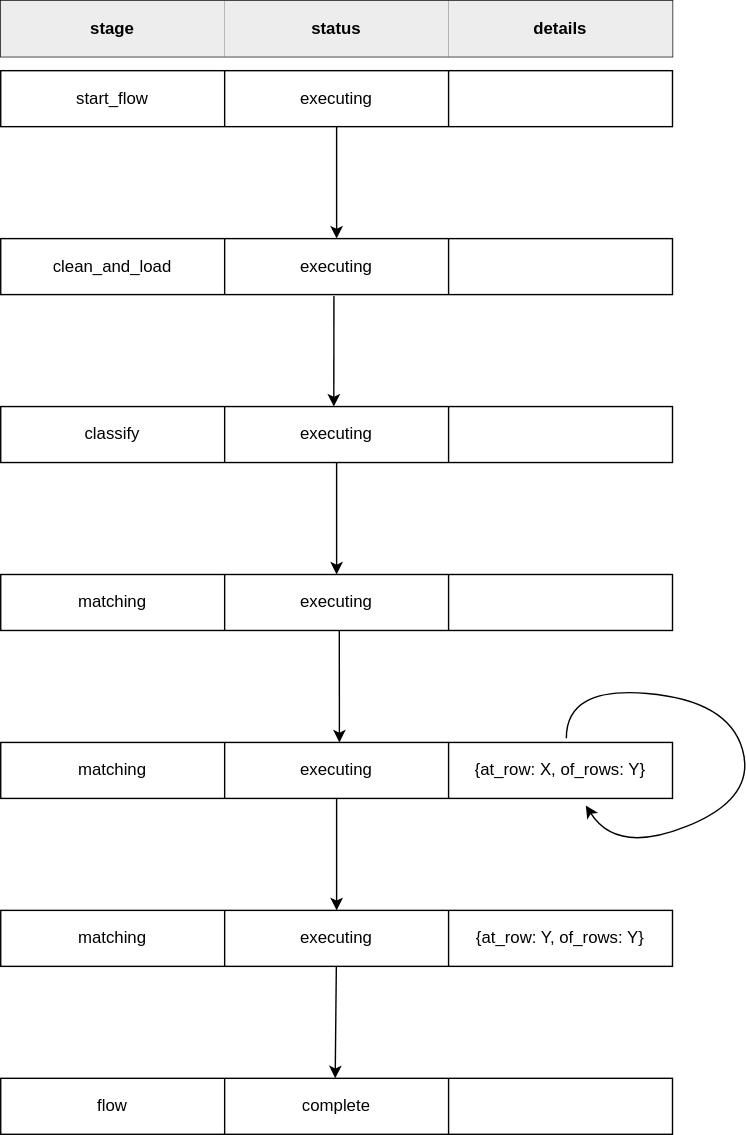
Earlier version of the draw.io export documentation/documentation-images/exec_status.svg (CodeForPhilly/paws-data-pipeline). Source tidied: cells renumbered, new cells last; positions are measured from the earlier drawing's top-left corner, leaving out a move shared by most shapes.
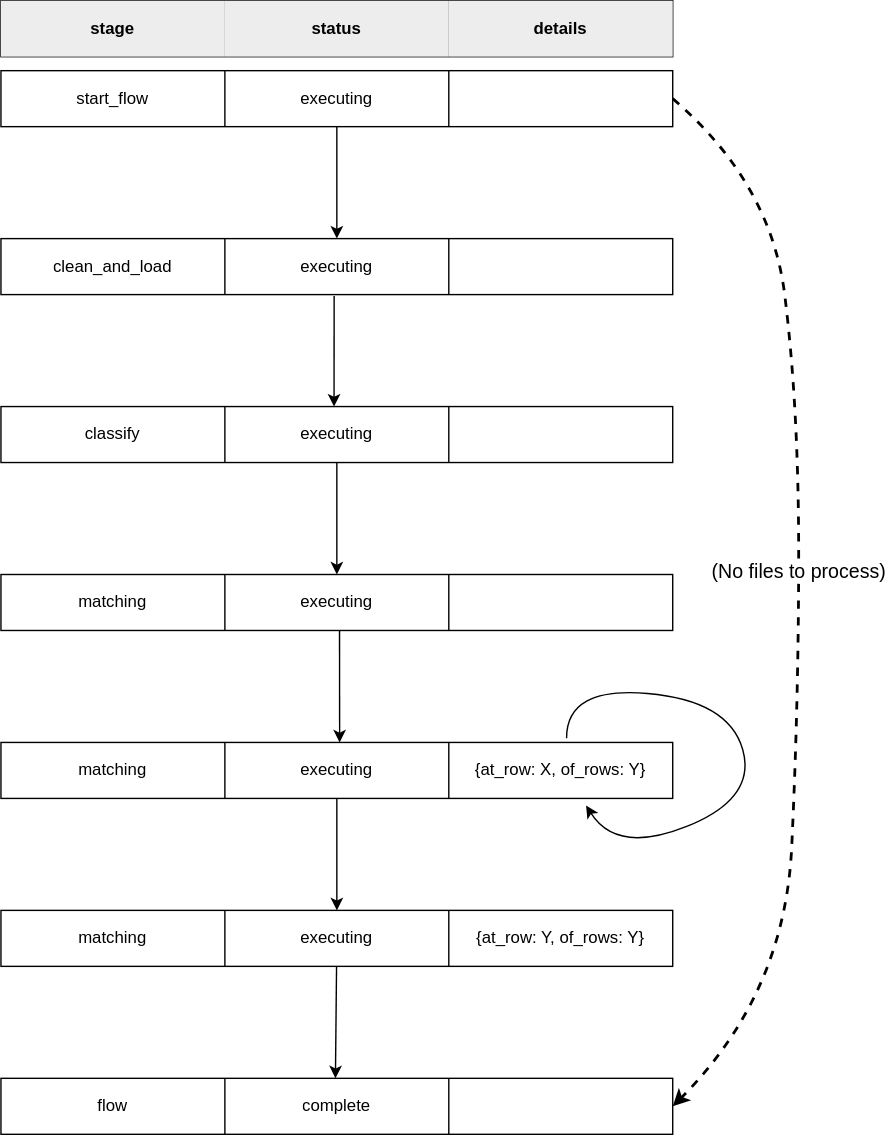
After the change.

What changed in the source:
```diff
@@ -158,5 +158,18 @@
     <mxCell id="48" value="&lt;b&gt;details&lt;/b&gt;" style="shape=partialRectangle;html=1;whiteSpace=wrap;fillColor=#EDEDED;top=0;left=0;bottom=0;right=0;overflow=hidden;" parent="45" vertex="1">
       <mxGeometry x="320" width="160" height="40" as="geometry" />
     </mxCell>
+    <mxCell id="49" style="curved=1;endArrow=classic;html=1;exitX=1;exitY=0.5;exitDx=0;exitDy=0;entryX=1;entryY=0.5;entryDx=0;entryDy=0;strokeWidth=2;dashed=1;" parent="1" edge="1" source="3" target="18">
+      <mxGeometry relative="1" as="geometry">
+        <Array as="points">
+          <mxPoint x="550" y="130" />
+          <mxPoint x="570" y="290" />
+          <mxPoint x="570" y="500" />
+          <mxPoint x="560" y="710" />
+        </Array>
+      </mxGeometry>
+    </mxCell>
+    <mxCell id="50" value="&lt;font style=&quot;font-size: 14px&quot;&gt;(No files to process)&lt;/font&gt;" style="edgeLabel;html=1;align=center;verticalAlign=middle;" parent="49" vertex="1">
+      <mxGeometry x="-0.06" y="-1" relative="1" as="geometry" />
+    </mxCell>
   </root>
 </mxGraphModel>
```
